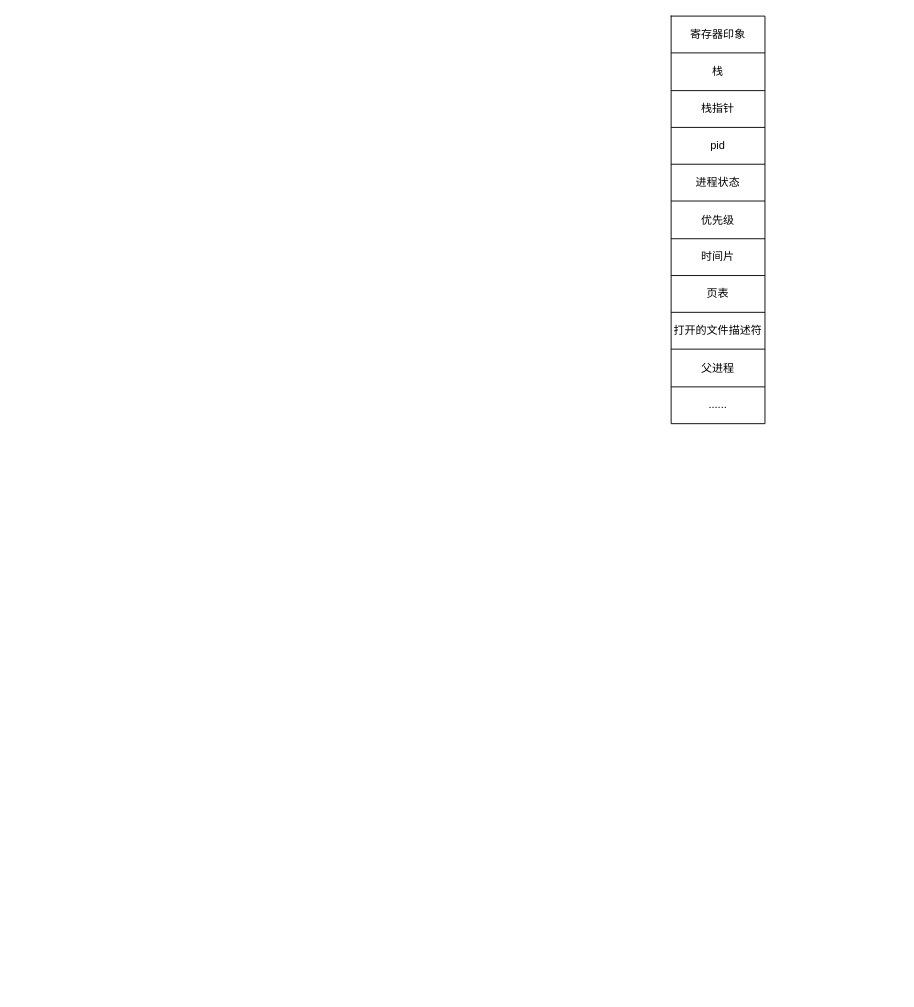
Above: OS/第九章.drawio in SixPlusAndTimes/drawio (draw.io), before the change. Source tidied: cells renumbered, new cells numbered last; positions are measured from the earlier drawing's top-left corner, leaving out a move shared by most shapes. Both pictures are drawn from the tidied source at 92%, with x=0, y=0 at pixel (671, 16).
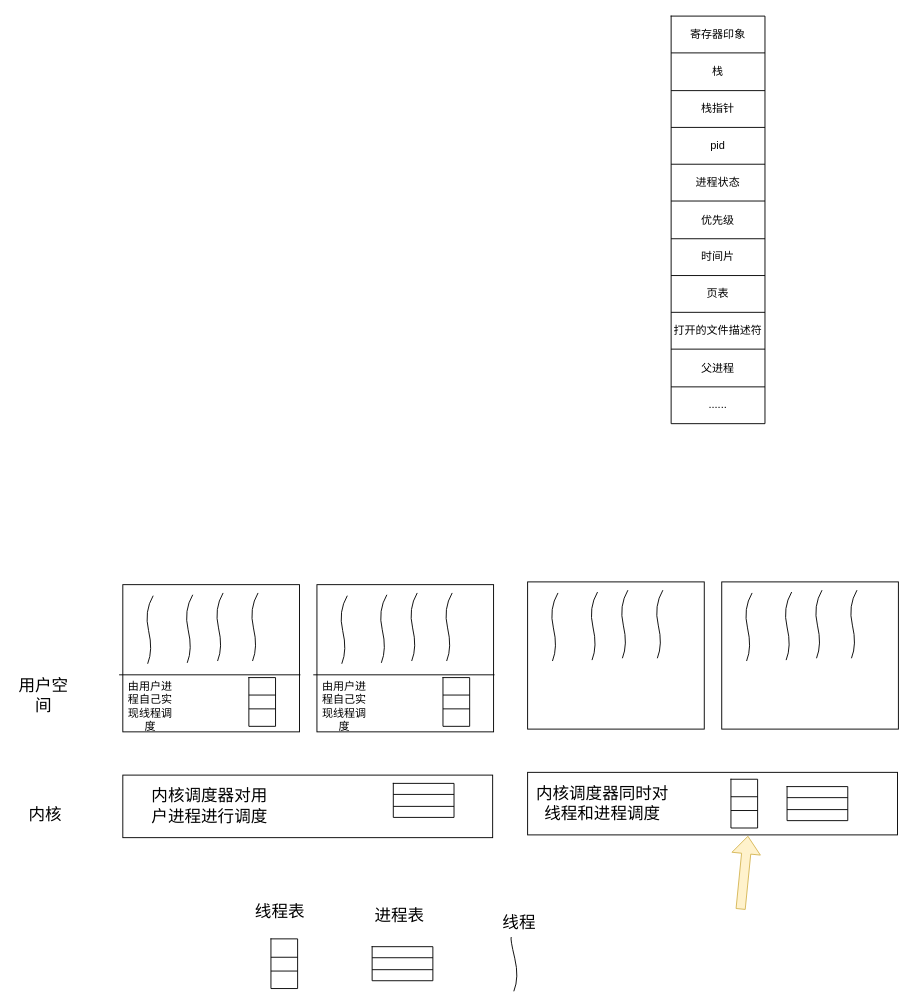
The same diagram, later.

The edit, as a diff of the source:
```diff
@@
+    <mxCell id="25" style="rounded=0;whiteSpace=wrap;html=1;" parent="1" vertex="1">
+      <mxGeometry x="-596" y="618" width="192" height="160" as="geometry" />
+    </mxCell>
+    <mxCell id="26" style="endArrow=none;html=1;rounded=0;" parent="1" edge="1">
+      <mxGeometry relative="1" as="geometry">
+        <mxPoint x="-600" y="716" as="sourcePoint" />
+        <mxPoint x="-403" y="716" as="targetPoint" />
+      </mxGeometry>
+    </mxCell>
+    <mxCell id="27" value="由用户进程自己实现线程调度" style="text;html=1;strokeColor=none;fillColor=none;align=center;verticalAlign=middle;whiteSpace=wrap;rounded=0;" parent="1" vertex="1">
+      <mxGeometry x="-596" y="735" width="60" height="30" as="geometry" />
+    </mxCell>
+    <mxCell id="28" style="shape=table;startSize=0;childLayout=tableLayout;" parent="1" vertex="1">
+      <mxGeometry x="-459" y="719" width="29" height="53" as="geometry" />
+    </mxCell>
+    <mxCell id="29" style="shape=tableRow;horizontal=0;startSize=0;swimlaneHead=0;swimlaneBody=0;top=0;left=0;bottom=0;right=0;fillColor=none;" parent="28" vertex="1">
+      <mxGeometry width="29" height="19" as="geometry" />
+    </mxCell>
+    <mxCell id="30" style="shape=partialRectangle;html=1;whiteSpace=wrap;overflow=hidden;fillColor=none;top=0;left=0;bottom=0;right=0;" parent="29" vertex="1">
+      <mxGeometry width="29" height="19" as="geometry" />
+    </mxCell>
+    <mxCell id="31" style="shape=tableRow;horizontal=0;startSize=0;swimlaneHead=0;swimlaneBody=0;top=0;left=0;bottom=0;right=0;fillColor=none;" parent="28" vertex="1">
+      <mxGeometry y="19" width="29" height="15" as="geometry" />
+    </mxCell>
+    <mxCell id="32" style="shape=partialRectangle;html=1;whiteSpace=wrap;overflow=hidden;fillColor=none;top=0;left=0;bottom=0;right=0;" parent="31" vertex="1">
+      <mxGeometry width="29" height="15" as="geometry" />
+    </mxCell>
+    <mxCell id="33" style="shape=tableRow;horizontal=0;startSize=0;swimlaneHead=0;swimlaneBody=0;top=0;left=0;bottom=0;right=0;fillColor=none;" parent="28" vertex="1">
+      <mxGeometry y="34" width="29" height="19" as="geometry" />
+    </mxCell>
+    <mxCell id="34" style="shape=partialRectangle;html=1;whiteSpace=wrap;overflow=hidden;fillColor=none;top=0;left=0;bottom=0;right=0;" parent="33" vertex="1">
+      <mxGeometry width="29" height="19" as="geometry" />
+    </mxCell>
+    <mxCell id="35" style="curved=1;endArrow=none;html=1;rounded=0;endFill=0;" parent="1" edge="1">
+      <mxGeometry relative="1" as="geometry">
+        <mxPoint x="-569" y="704" as="sourcePoint" />
+        <mxPoint x="-563" y="630" as="targetPoint" />
+        <Array as="points">
+          <mxPoint x="-563" y="689" />
+          <mxPoint x="-573" y="647" />
+        </Array>
+      </mxGeometry>
+    </mxCell>
+    <mxCell id="36" style="curved=1;endArrow=none;html=1;rounded=0;endFill=0;" parent="1" edge="1">
+      <mxGeometry relative="1" as="geometry">
+        <mxPoint x="-526" y="703" as="sourcePoint" />
+        <mxPoint x="-520" y="629" as="targetPoint" />
+        <Array as="points">
+          <mxPoint x="-520" y="688" />
+          <mxPoint x="-530" y="646" />
+        </Array>
+      </mxGeometry>
+    </mxCell>
+    <mxCell id="37" style="curved=1;endArrow=none;html=1;rounded=0;endFill=0;" parent="1" edge="1">
+      <mxGeometry relative="1" as="geometry">
+        <mxPoint x="-493" y="701" as="sourcePoint" />
+        <mxPoint x="-487" y="627" as="targetPoint" />
+        <Array as="points">
+          <mxPoint x="-487" y="686" />
+          <mxPoint x="-497" y="644" />
+        </Array>
+      </mxGeometry>
+    </mxCell>
+    <mxCell id="38" style="curved=1;endArrow=none;html=1;rounded=0;endFill=0;" parent="1" edge="1">
+      <mxGeometry relative="1" as="geometry">
+        <mxPoint x="-455" y="701" as="sourcePoint" />
+        <mxPoint x="-449" y="627" as="targetPoint" />
+        <Array as="points">
+          <mxPoint x="-449" y="686" />
+          <mxPoint x="-459" y="644" />
+        </Array>
+      </mxGeometry>
+    </mxCell>
+    <mxCell id="39" style="rounded=0;whiteSpace=wrap;html=1;" parent="1" vertex="1">
+      <mxGeometry x="-385" y="618" width="192" height="160" as="geometry" />
+    </mxCell>
+    <mxCell id="40" style="endArrow=none;html=1;rounded=0;" parent="1" edge="1">
+      <mxGeometry relative="1" as="geometry">
+        <mxPoint x="-389" y="716" as="sourcePoint" />
+        <mxPoint x="-192" y="716" as="targetPoint" />
+      </mxGeometry>
+    </mxCell>
+    <mxCell id="41" value="由用户进程自己实现线程调度" style="text;html=1;strokeColor=none;fillColor=none;align=center;verticalAlign=middle;whiteSpace=wrap;rounded=0;" parent="1" vertex="1">
+      <mxGeometry x="-385" y="735" width="60" height="30" as="geometry" />
+    </mxCell>
+    <mxCell id="42" style="shape=table;startSize=0;childLayout=tableLayout;" parent="1" vertex="1">
+      <mxGeometry x="-248" y="719" width="29" height="53" as="geometry" />
+    </mxCell>
+    <mxCell id="43" style="shape=tableRow;horizontal=0;startSize=0;swimlaneHead=0;swimlaneBody=0;top=0;left=0;bottom=0;right=0;fillColor=none;" parent="42" vertex="1">
+      <mxGeometry width="29" height="19" as="geometry" />
+    </mxCell>
+    <mxCell id="44" style="shape=partialRectangle;html=1;whiteSpace=wrap;overflow=hidden;fillColor=none;top=0;left=0;bottom=0;right=0;" parent="43" vertex="1">
+      <mxGeometry width="29" height="19" as="geometry" />
+    </mxCell>
+    <mxCell id="45" style="shape=tableRow;horizontal=0;startSize=0;swimlaneHead=0;swimlaneBody=0;top=0;left=0;bottom=0;right=0;fillColor=none;" parent="42" vertex="1">
+      <mxGeometry y="19" width="29" height="15" as="geometry" />
+    </mxCell>
+    <mxCell id="46" style="shape=partialRectangle;html=1;whiteSpace=wrap;overflow=hidden;fillColor=none;top=0;left=0;bottom=0;right=0;" parent="45" vertex="1">
+      <mxGeometry width="29" height="15" as="geometry" />
+    </mxCell>
+    <mxCell id="47" style="shape=tableRow;horizontal=0;startSize=0;swimlaneHead=0;swimlaneBody=0;top=0;left=0;bottom=0;right=0;fillColor=none;" parent="42" vertex="1">
+      <mxGeometry y="34" width="29" height="19" as="geometry" />
+    </mxCell>
+    <mxCell id="48" style="shape=partialRectangle;html=1;whiteSpace=wrap;overflow=hidden;fillColor=none;top=0;left=0;bottom=0;right=0;" parent="47" vertex="1">
+      <mxGeometry width="29" height="19" as="geometry" />
+    </mxCell>
+    <mxCell id="49" style="curved=1;endArrow=none;html=1;rounded=0;endFill=0;" parent="1" edge="1">
+      <mxGeometry relative="1" as="geometry">
+        <mxPoint x="-358" y="704" as="sourcePoint" />
+        <mxPoint x="-352" y="630" as="targetPoint" />
+        <Array as="points">
+          <mxPoint x="-352" y="689" />
+          <mxPoint x="-362" y="647" />
+        </Array>
+      </mxGeometry>
+    </mxCell>
+    <mxCell id="50" style="curved=1;endArrow=none;html=1;rounded=0;endFill=0;" parent="1" edge="1">
+      <mxGeometry relative="1" as="geometry">
+        <mxPoint x="-315" y="703" as="sourcePoint" />
+        <mxPoint x="-309" y="629" as="targetPoint" />
+        <Array as="points">
+          <mxPoint x="-309" y="688" />
+          <mxPoint x="-319" y="646" />
+        </Array>
+      </mxGeometry>
+    </mxCell>
+    <mxCell id="51" style="curved=1;endArrow=none;html=1;rounded=0;endFill=0;" parent="1" edge="1">
+      <mxGeometry relative="1" as="geometry">
+        <mxPoint x="-282" y="701" as="sourcePoint" />
+        <mxPoint x="-276" y="627" as="targetPoint" />
+        <Array as="points">
+          <mxPoint x="-276" y="686" />
+          <mxPoint x="-286" y="644" />
+        </Array>
+      </mxGeometry>
+    </mxCell>
+    <mxCell id="52" style="curved=1;endArrow=none;html=1;rounded=0;endFill=0;" parent="1" edge="1">
+      <mxGeometry relative="1" as="geometry">
+        <mxPoint x="-244" y="701" as="sourcePoint" />
+        <mxPoint x="-238" y="627" as="targetPoint" />
+        <Array as="points">
+          <mxPoint x="-238" y="686" />
+          <mxPoint x="-248" y="644" />
+        </Array>
+      </mxGeometry>
+    </mxCell>
+    <mxCell id="53" style="rounded=0;whiteSpace=wrap;html=1;" parent="1" vertex="1">
+      <mxGeometry x="-596" y="825" width="402" height="68" as="geometry" />
+    </mxCell>
+    <mxCell id="54" value="&lt;font style=&quot;font-size: 18px;&quot;&gt;内核调度器对用户进程进行调度&lt;/font&gt;" style="text;html=1;strokeColor=none;fillColor=none;align=center;verticalAlign=middle;whiteSpace=wrap;rounded=0;" parent="1" vertex="1">
+      <mxGeometry x="-568" y="849.5" width="133" height="19" as="geometry" />
+    </mxCell>
+    <mxCell id="55" style="shape=table;startSize=0;childLayout=tableLayout;fontSize=14;" parent="1" vertex="1">
+      <mxGeometry x="-325" y="1011.5" width="66" height="37" as="geometry" />
+    </mxCell>
+    <mxCell id="56" style="shape=tableRow;horizontal=0;startSize=0;swimlaneHead=0;swimlaneBody=0;top=0;left=0;bottom=0;right=0;fillColor=none;fontSize=14;" parent="55" vertex="1">
+      <mxGeometry width="66" height="12" as="geometry" />
+    </mxCell>
+    <mxCell id="57" style="shape=partialRectangle;html=1;whiteSpace=wrap;overflow=hidden;fillColor=none;top=0;left=0;bottom=0;right=0;fontSize=14;" parent="56" vertex="1">
+      <mxGeometry width="66" height="12" as="geometry" />
+    </mxCell>
+    <mxCell id="58" style="shape=tableRow;horizontal=0;startSize=0;swimlaneHead=0;swimlaneBody=0;top=0;left=0;bottom=0;right=0;fillColor=none;fontSize=14;" parent="55" vertex="1">
+      <mxGeometry y="12" width="66" height="13" as="geometry" />
+    </mxCell>
+    <mxCell id="59" style="shape=partialRectangle;html=1;whiteSpace=wrap;overflow=hidden;fillColor=none;top=0;left=0;bottom=0;right=0;fontSize=14;" parent="58" vertex="1">
+      <mxGeometry width="66" height="13" as="geometry" />
+    </mxCell>
+    <mxCell id="60" style="shape=tableRow;horizontal=0;startSize=0;swimlaneHead=0;swimlaneBody=0;top=0;left=0;bottom=0;right=0;fillColor=none;fontSize=14;" parent="55" vertex="1">
+      <mxGeometry y="25" width="66" height="12" as="geometry" />
+    </mxCell>
+    <mxCell id="61" style="shape=partialRectangle;html=1;whiteSpace=wrap;overflow=hidden;fillColor=none;top=0;left=0;bottom=0;right=0;fontSize=14;" parent="60" vertex="1">
+      <mxGeometry width="66" height="12" as="geometry" />
+    </mxCell>
+    <mxCell id="62" style="rounded=0;whiteSpace=wrap;html=1;" parent="1" vertex="1">
+      <mxGeometry x="-156" y="615" width="192" height="160" as="geometry" />
+    </mxCell>
+    <mxCell id="63" style="curved=1;endArrow=none;html=1;rounded=0;endFill=0;" parent="1" edge="1">
+      <mxGeometry relative="1" as="geometry">
+        <mxPoint x="-129" y="701" as="sourcePoint" />
+        <mxPoint x="-123" y="627" as="targetPoint" />
+        <Array as="points">
+          <mxPoint x="-123" y="686" />
+          <mxPoint x="-133" y="644" />
+        </Array>
+      </mxGeometry>
+    </mxCell>
+    <mxCell id="64" style="curved=1;endArrow=none;html=1;rounded=0;endFill=0;" parent="1" edge="1">
+      <mxGeometry relative="1" as="geometry">
+        <mxPoint x="-86" y="700" as="sourcePoint" />
+        <mxPoint x="-80" y="626" as="targetPoint" />
+        <Array as="points">
+          <mxPoint x="-80" y="685" />
+          <mxPoint x="-90" y="643" />
+        </Array>
+      </mxGeometry>
+    </mxCell>
+    <mxCell id="65" style="curved=1;endArrow=none;html=1;rounded=0;endFill=0;" parent="1" edge="1">
+      <mxGeometry relative="1" as="geometry">
+        <mxPoint x="-53" y="698" as="sourcePoint" />
+        <mxPoint x="-47" y="624" as="targetPoint" />
+        <Array as="points">
+          <mxPoint x="-47" y="683" />
+          <mxPoint x="-57" y="641" />
+        </Array>
+      </mxGeometry>
+    </mxCell>
+    <mxCell id="66" style="curved=1;endArrow=none;html=1;rounded=0;endFill=0;" parent="1" edge="1">
+      <mxGeometry relative="1" as="geometry">
+        <mxPoint x="-15" y="698" as="sourcePoint" />
+        <mxPoint x="-9" y="624" as="targetPoint" />
+        <Array as="points">
+          <mxPoint x="-9" y="683" />
+          <mxPoint x="-19" y="641" />
+        </Array>
+      </mxGeometry>
+    </mxCell>
+    <mxCell id="67" style="rounded=0;whiteSpace=wrap;html=1;" parent="1" vertex="1">
+      <mxGeometry x="55" y="615" width="192" height="160" as="geometry" />
+    </mxCell>
+    <mxCell id="68" style="curved=1;endArrow=none;html=1;rounded=0;endFill=0;" parent="1" edge="1">
+      <mxGeometry relative="1" as="geometry">
+        <mxPoint x="82" y="701" as="sourcePoint" />
+        <mxPoint x="88" y="627" as="targetPoint" />
+        <Array as="points">
+          <mxPoint x="88" y="686" />
+          <mxPoint x="78" y="644" />
+        </Array>
+      </mxGeometry>
+    </mxCell>
+    <mxCell id="69" style="curved=1;endArrow=none;html=1;rounded=0;endFill=0;" parent="1" edge="1">
+      <mxGeometry relative="1" as="geometry">
+        <mxPoint x="125" y="700" as="sourcePoint" />
+        <mxPoint x="131" y="626" as="targetPoint" />
+        <Array as="points">
+          <mxPoint x="131" y="685" />
+          <mxPoint x="121" y="643" />
+        </Array>
+      </mxGeometry>
+    </mxCell>
+    <mxCell id="70" style="curved=1;endArrow=none;html=1;rounded=0;endFill=0;" parent="1" edge="1">
+      <mxGeometry relative="1" as="geometry">
+        <mxPoint x="158" y="698" as="sourcePoint" />
+        <mxPoint x="164" y="624" as="targetPoint" />
+        <Array as="points">
+          <mxPoint x="164" y="683" />
+          <mxPoint x="154" y="641" />
+        </Array>
+      </mxGeometry>
+    </mxCell>
+    <mxCell id="71" style="curved=1;endArrow=none;html=1;rounded=0;endFill=0;" parent="1" edge="1">
+      <mxGeometry relative="1" as="geometry">
+        <mxPoint x="196" y="698" as="sourcePoint" />
+        <mxPoint x="202" y="624" as="targetPoint" />
+        <Array as="points">
+          <mxPoint x="202" y="683" />
+          <mxPoint x="192" y="641" />
+        </Array>
+      </mxGeometry>
+    </mxCell>
+    <mxCell id="72" style="rounded=0;whiteSpace=wrap;html=1;" parent="1" vertex="1">
+      <mxGeometry x="-156" y="822" width="402" height="68" as="geometry" />
+    </mxCell>
+    <mxCell id="73" value="&lt;font style=&quot;font-size: 18px;&quot;&gt;内核调度器同时对线程和进程调度&lt;/font&gt;" style="text;html=1;strokeColor=none;fillColor=none;align=center;verticalAlign=middle;whiteSpace=wrap;rounded=0;" parent="1" vertex="1">
+      <mxGeometry x="-149" y="846.5" width="149" height="19" as="geometry" />
+    </mxCell>
+    <mxCell id="74" style="shape=table;startSize=0;childLayout=tableLayout;fontSize=14;" parent="1" vertex="1">
+      <mxGeometry x="126" y="837.5" width="66" height="37" as="geometry" />
+    </mxCell>
+    <mxCell id="75" style="shape=tableRow;horizontal=0;startSize=0;swimlaneHead=0;swimlaneBody=0;top=0;left=0;bottom=0;right=0;fillColor=none;fontSize=14;" parent="74" vertex="1">
+      <mxGeometry width="66" height="12" as="geometry" />
+    </mxCell>
+    <mxCell id="76" style="shape=partialRectangle;html=1;whiteSpace=wrap;overflow=hidden;fillColor=none;top=0;left=0;bottom=0;right=0;fontSize=14;" parent="75" vertex="1">
+      <mxGeometry width="66" height="12" as="geometry" />
+    </mxCell>
+    <mxCell id="77" style="shape=tableRow;horizontal=0;startSize=0;swimlaneHead=0;swimlaneBody=0;top=0;left=0;bottom=0;right=0;fillColor=none;fontSize=14;" parent="74" vertex="1">
+      <mxGeometry y="12" width="66" height="13" as="geometry" />
+    </mxCell>
+    <mxCell id="78" style="shape=partialRectangle;html=1;whiteSpace=wrap;overflow=hidden;fillColor=none;top=0;left=0;bottom=0;right=0;fontSize=14;" parent="77" vertex="1">
+      <mxGeometry width="66" height="13" as="geometry" />
+    </mxCell>
+    <mxCell id="79" style="shape=tableRow;horizontal=0;startSize=0;swimlaneHead=0;swimlaneBody=0;top=0;left=0;bottom=0;right=0;fillColor=none;fontSize=14;" parent="74" vertex="1">
+      <mxGeometry y="25" width="66" height="12" as="geometry" />
+    </mxCell>
+    <mxCell id="80" style="shape=partialRectangle;html=1;whiteSpace=wrap;overflow=hidden;fillColor=none;top=0;left=0;bottom=0;right=0;fontSize=14;" parent="79" vertex="1">
+      <mxGeometry width="66" height="12" as="geometry" />
+    </mxCell>
+    <mxCell id="81" style="shape=partialRectangle;html=1;whiteSpace=wrap;overflow=hidden;fillColor=none;top=0;left=0;bottom=0;right=0;" parent="1" vertex="1">
+      <mxGeometry x="-238" y="748" width="29" height="15" as="geometry" />
+    </mxCell>
+    <mxCell id="82" style="shape=table;startSize=0;childLayout=tableLayout;" parent="1" vertex="1">
+      <mxGeometry x="65" y="829.5" width="29" height="53" as="geometry" />
+    </mxCell>
+    <mxCell id="83" style="shape=tableRow;horizontal=0;startSize=0;swimlaneHead=0;swimlaneBody=0;top=0;left=0;bottom=0;right=0;fillColor=none;" parent="82" vertex="1">
+      <mxGeometry width="29" height="19" as="geometry" />
+    </mxCell>
+    <mxCell id="84" style="shape=partialRectangle;html=1;whiteSpace=wrap;overflow=hidden;fillColor=none;top=0;left=0;bottom=0;right=0;" parent="83" vertex="1">
+      <mxGeometry width="29" height="19" as="geometry" />
+    </mxCell>
+    <mxCell id="85" style="shape=tableRow;horizontal=0;startSize=0;swimlaneHead=0;swimlaneBody=0;top=0;left=0;bottom=0;right=0;fillColor=none;" parent="82" vertex="1">
+      <mxGeometry y="19" width="29" height="15" as="geometry" />
+    </mxCell>
+    <mxCell id="86" style="shape=partialRectangle;html=1;whiteSpace=wrap;overflow=hidden;fillColor=none;top=0;left=0;bottom=0;right=0;" parent="85" vertex="1">
+      <mxGeometry width="29" height="15" as="geometry" />
+    </mxCell>
+    <mxCell id="87" style="shape=tableRow;horizontal=0;startSize=0;swimlaneHead=0;swimlaneBody=0;top=0;left=0;bottom=0;right=0;fillColor=none;" parent="82" vertex="1">
+      <mxGeometry y="34" width="29" height="19" as="geometry" />
+    </mxCell>
+    <mxCell id="88" style="shape=partialRectangle;html=1;whiteSpace=wrap;overflow=hidden;fillColor=none;top=0;left=0;bottom=0;right=0;" parent="87" vertex="1">
+      <mxGeometry width="29" height="19" as="geometry" />
+    </mxCell>
+    <mxCell id="89" value="内核" style="text;html=1;strokeColor=none;fillColor=none;align=center;verticalAlign=middle;whiteSpace=wrap;rounded=0;fontSize=18;" parent="1" vertex="1">
+      <mxGeometry x="-710" y="853" width="60" height="30" as="geometry" />
+    </mxCell>
+    <mxCell id="90" value="用户空间" style="text;html=1;strokeColor=none;fillColor=none;align=center;verticalAlign=middle;whiteSpace=wrap;rounded=0;fontSize=18;" parent="1" vertex="1">
+      <mxGeometry x="-712" y="724" width="60" height="30" as="geometry" />
+    </mxCell>
+    <mxCell id="91" style="shape=table;startSize=0;childLayout=tableLayout;" parent="1" vertex="1">
+      <mxGeometry x="-435" y="1003" width="29" height="54" as="geometry" />
+    </mxCell>
+    <mxCell id="92" style="shape=tableRow;horizontal=0;startSize=0;swimlaneHead=0;swimlaneBody=0;top=0;left=0;bottom=0;right=0;fillColor=none;" parent="91" vertex="1">
+      <mxGeometry width="29" height="20" as="geometry" />
+    </mxCell>
+    <mxCell id="93" style="shape=partialRectangle;html=1;whiteSpace=wrap;overflow=hidden;fillColor=none;top=0;left=0;bottom=0;right=0;" parent="92" vertex="1">
+      <mxGeometry width="29" height="20" as="geometry" />
+    </mxCell>
+    <mxCell id="94" style="shape=tableRow;horizontal=0;startSize=0;swimlaneHead=0;swimlaneBody=0;top=0;left=0;bottom=0;right=0;fillColor=none;" parent="91" vertex="1">
+      <mxGeometry y="20" width="29" height="15" as="geometry" />
+    </mxCell>
+    <mxCell id="95" style="shape=partialRectangle;html=1;whiteSpace=wrap;overflow=hidden;fillColor=none;top=0;left=0;bottom=0;right=0;" parent="94" vertex="1">
+      <mxGeometry width="29" height="15" as="geometry" />
+    </mxCell>
+    <mxCell id="96" style="shape=tableRow;horizontal=0;startSize=0;swimlaneHead=0;swimlaneBody=0;top=0;left=0;bottom=0;right=0;fillColor=none;" parent="91" vertex="1">
+      <mxGeometry y="35" width="29" height="19" as="geometry" />
+    </mxCell>
+    <mxCell id="97" style="shape=partialRectangle;html=1;whiteSpace=wrap;overflow=hidden;fillColor=none;top=0;left=0;bottom=0;right=0;" parent="96" vertex="1">
+      <mxGeometry width="29" height="19" as="geometry" />
+    </mxCell>
+    <mxCell id="98" style="curved=1;endArrow=none;html=1;rounded=0;endFill=0;" parent="1" edge="1" target="99">
+      <mxGeometry relative="1" as="geometry">
+        <mxPoint x="-171" y="1060" as="sourcePoint" />
+        <Array as="points">
+          <mxPoint x="-165" y="1045" />
+          <mxPoint x="-175" y="1003" />
+        </Array>
+      </mxGeometry>
+    </mxCell>
+    <mxCell id="99" value="线程" style="text;html=1;strokeColor=none;fillColor=none;align=center;verticalAlign=middle;whiteSpace=wrap;rounded=0;fontSize=18;" parent="1" vertex="1">
+      <mxGeometry x="-195" y="971" width="60" height="30" as="geometry" />
+    </mxCell>
+    <mxCell id="100" value="进程表" style="text;html=1;strokeColor=none;fillColor=none;align=center;verticalAlign=middle;whiteSpace=wrap;rounded=0;fontSize=18;" parent="1" vertex="1">
+      <mxGeometry x="-325" y="963" width="60" height="30" as="geometry" />
+    </mxCell>
+    <mxCell id="101" value="线程表" style="text;html=1;strokeColor=none;fillColor=none;align=center;verticalAlign=middle;whiteSpace=wrap;rounded=0;fontSize=18;" parent="1" vertex="1">
+      <mxGeometry x="-455" y="959" width="60" height="30" as="geometry" />
+    </mxCell>
+    <mxCell id="102" style="shape=table;startSize=0;childLayout=tableLayout;fontSize=14;" parent="1" vertex="1">
+      <mxGeometry x="-302" y="834" width="66" height="37" as="geometry" />
+    </mxCell>
+    <mxCell id="103" style="shape=tableRow;horizontal=0;startSize=0;swimlaneHead=0;swimlaneBody=0;top=0;left=0;bottom=0;right=0;fillColor=none;fontSize=14;" parent="102" vertex="1">
+      <mxGeometry width="66" height="12" as="geometry" />
+    </mxCell>
+    <mxCell id="104" style="shape=partialRectangle;html=1;whiteSpace=wrap;overflow=hidden;fillColor=none;top=0;left=0;bottom=0;right=0;fontSize=14;" parent="103" vertex="1">
+      <mxGeometry width="66" height="12" as="geometry" />
+    </mxCell>
+    <mxCell id="105" style="shape=tableRow;horizontal=0;startSize=0;swimlaneHead=0;swimlaneBody=0;top=0;left=0;bottom=0;right=0;fillColor=none;fontSize=14;" parent="102" vertex="1">
+      <mxGeometry y="12" width="66" height="13" as="geometry" />
+    </mxCell>
+    <mxCell id="106" style="shape=partialRectangle;html=1;whiteSpace=wrap;overflow=hidden;fillColor=none;top=0;left=0;bottom=0;right=0;fontSize=14;" parent="105" vertex="1">
+      <mxGeometry width="66" height="13" as="geometry" />
+    </mxCell>
+    <mxCell id="107" style="shape=tableRow;horizontal=0;startSize=0;swimlaneHead=0;swimlaneBody=0;top=0;left=0;bottom=0;right=0;fillColor=none;fontSize=14;" parent="102" vertex="1">
+      <mxGeometry y="25" width="66" height="12" as="geometry" />
+    </mxCell>
+    <mxCell id="108" style="shape=partialRectangle;html=1;whiteSpace=wrap;overflow=hidden;fillColor=none;top=0;left=0;bottom=0;right=0;fontSize=14;" parent="107" vertex="1">
+      <mxGeometry width="66" height="12" as="geometry" />
+    </mxCell>
+    <mxCell id="109" style="shape=flexArrow;endArrow=classic;html=1;rounded=0;fontSize=18;fillColor=#fff2cc;strokeColor=#d6b656;" parent="1" edge="1">
+      <mxGeometry relative="1" as="geometry">
+        <mxPoint x="75.5" y="971" as="sourcePoint" />
+        <mxPoint x="83.5" y="891" as="targetPoint" />
+      </mxGeometry>
+    </mxCell>
```
